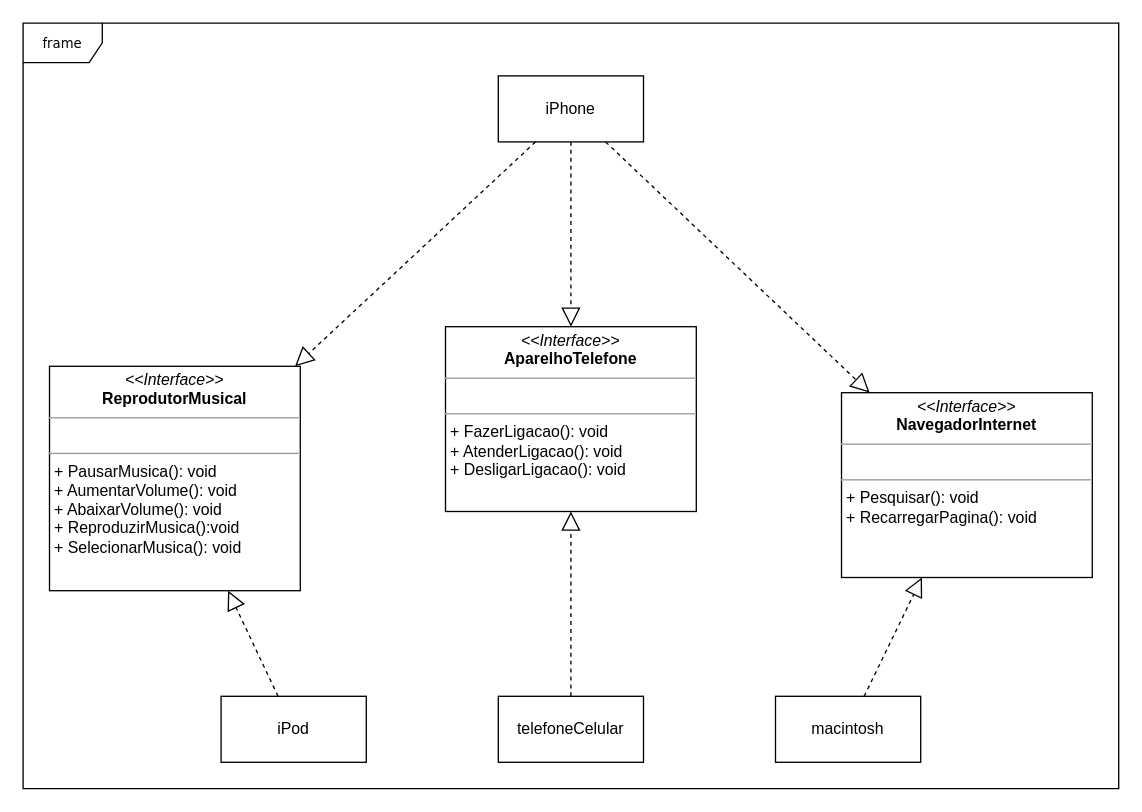
This is Diagrama-IPhone.drawio.xml from di-eug/Desafio-DIO-POO-UML, a draw.io file, before an edit. Source tidied: cells renumbered, new cells numbered last; positions are measured from the earlier drawing's top-left corner, leaving out a move shared by most shapes. Both pictures are drawn from the tidied source at 132%, with x=0, y=0 at pixel (22, 22).
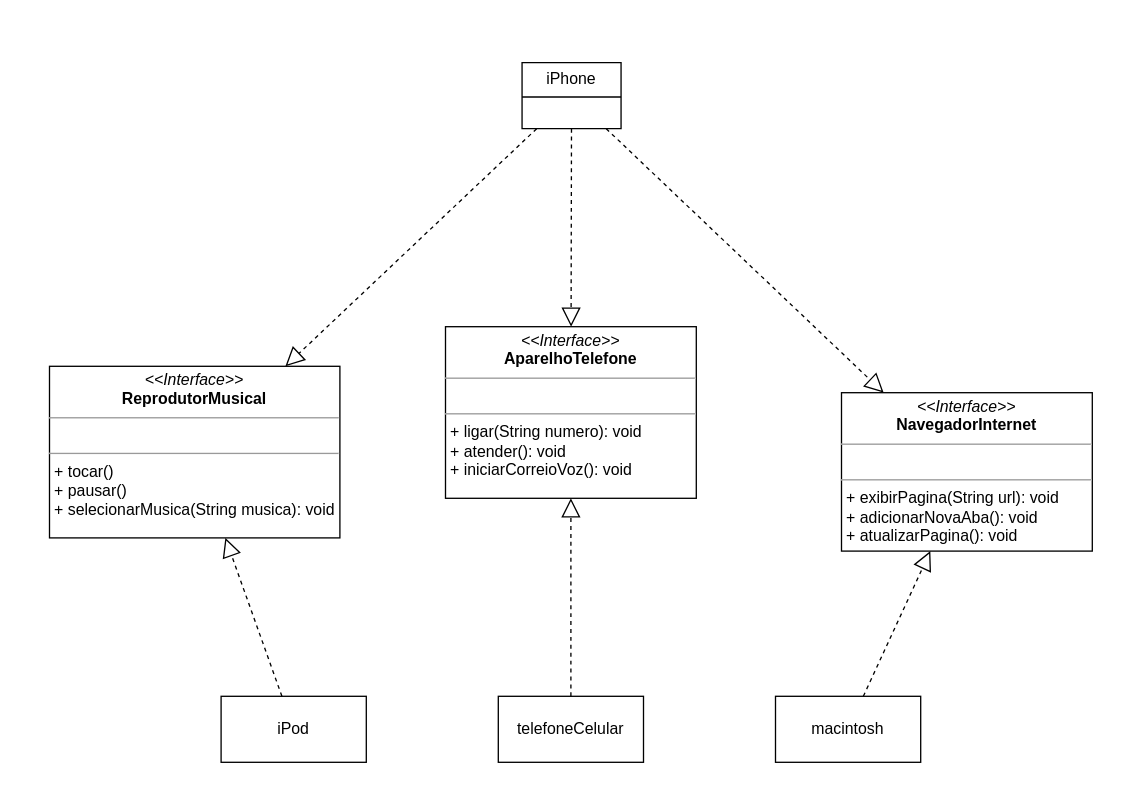
The same page after the edit.

Diff of the diagram source:
```diff
@@
 <mxGraphModel>
   <root>
     <mxCell id="0" />
     <mxCell id="1" parent="0" />
-    <mxCell id="2" value="&lt;p style=&quot;margin:0px;margin-top:4px;text-align:center;&quot;&gt;&lt;i&gt;&amp;lt;&amp;lt;Interface&amp;gt;&amp;gt;&lt;/i&gt;&lt;br&gt;&lt;b&gt;ReprodutorMusical&lt;/b&gt;&lt;/p&gt;&lt;hr size=&quot;1&quot;&gt;&lt;p style=&quot;margin:0px;margin-left:4px;&quot;&gt;&lt;br&gt;&lt;/p&gt;&lt;hr size=&quot;1&quot;&gt;&lt;p style=&quot;margin:0px;margin-left:4px;&quot;&gt;+ PausarMusica(): void&lt;/p&gt;&lt;p style=&quot;margin:0px;margin-left:4px;&quot;&gt;+ AumentarVolume(): void&lt;/p&gt;&lt;p style=&quot;margin:0px;margin-left:4px;&quot;&gt;+ AbaixarVolume(): void&lt;/p&gt;&lt;p style=&quot;margin:0px;margin-left:4px;&quot;&gt;+ ReproduzirMusica():void&lt;/p&gt;&lt;p style=&quot;margin:0px;margin-left:4px;&quot;&gt;+ SelecionarMusica(): void&lt;/p&gt;" style="verticalAlign=top;align=left;overflow=fill;fontSize=12;fontFamily=Helvetica;html=1;rounded=0;shadow=0;comic=0;labelBackgroundColor=none;strokeWidth=1;" parent="1" vertex="1">
-      <mxGeometry x="20" y="260" width="190" height="170" as="geometry" />
+    <mxCell id="2" value="&lt;p style=&quot;margin:0px;margin-top:4px;text-align:center;&quot;&gt;&lt;i&gt;&amp;lt;&amp;lt;Interface&amp;gt;&amp;gt;&lt;/i&gt;&lt;br&gt;&lt;b&gt;ReprodutorMusical&lt;/b&gt;&lt;/p&gt;&lt;hr size=&quot;1&quot;&gt;&lt;p style=&quot;margin:0px;margin-left:4px;&quot;&gt;&lt;br&gt;&lt;/p&gt;&lt;hr size=&quot;1&quot;&gt;&lt;p style=&quot;margin:0px;margin-left:4px;&quot;&gt;+ tocar()&lt;/p&gt;&lt;p style=&quot;margin:0px;margin-left:4px;&quot;&gt;+ pausar()&lt;/p&gt;&lt;p style=&quot;margin:0px;margin-left:4px;&quot;&gt;+ selecionarMusica(String musica): void&lt;/p&gt;" style="verticalAlign=top;align=left;overflow=fill;fontSize=12;fontFamily=Helvetica;html=1;rounded=0;shadow=0;comic=0;labelBackgroundColor=none;strokeWidth=1;" parent="1" vertex="1">
+      <mxGeometry x="20" y="260" width="220" height="130" as="geometry" />
     </mxCell>
-    <mxCell id="3" value="&lt;p style=&quot;margin:0px;margin-top:4px;text-align:center;&quot;&gt;&lt;i&gt;&amp;lt;&amp;lt;Interface&amp;gt;&amp;gt;&lt;/i&gt;&lt;br&gt;&lt;b&gt;AparelhoTelefone&lt;/b&gt;&lt;/p&gt;&lt;hr size=&quot;1&quot;&gt;&lt;p style=&quot;margin:0px;margin-left:4px;&quot;&gt;&lt;br&gt;&lt;/p&gt;&lt;hr size=&quot;1&quot;&gt;&lt;p style=&quot;margin:0px;margin-left:4px;&quot;&gt;+ FazerLigacao(): void&lt;/p&gt;&lt;p style=&quot;margin:0px;margin-left:4px;&quot;&gt;+ AtenderLigacao(): void&lt;/p&gt;&lt;p style=&quot;margin:0px;margin-left:4px;&quot;&gt;+ DesligarLigacao(): void&lt;/p&gt;" style="verticalAlign=top;align=left;overflow=fill;fontSize=12;fontFamily=Helvetica;html=1;rounded=0;shadow=0;comic=0;labelBackgroundColor=none;strokeWidth=1;" parent="1" vertex="1">
-      <mxGeometry x="320" y="230" width="190" height="140" as="geometry" />
+    <mxCell id="3" value="&lt;p style=&quot;margin:0px;margin-top:4px;text-align:center;&quot;&gt;&lt;i&gt;&amp;lt;&amp;lt;Interface&amp;gt;&amp;gt;&lt;/i&gt;&lt;br&gt;&lt;b&gt;AparelhoTelefone&lt;/b&gt;&lt;/p&gt;&lt;hr size=&quot;1&quot;&gt;&lt;p style=&quot;margin:0px;margin-left:4px;&quot;&gt;&lt;br&gt;&lt;/p&gt;&lt;hr size=&quot;1&quot;&gt;&lt;p style=&quot;margin:0px;margin-left:4px;&quot;&gt;+ ligar(String numero): void&lt;/p&gt;&lt;p style=&quot;margin:0px;margin-left:4px;&quot;&gt;+ atender(): void&lt;/p&gt;&lt;p style=&quot;margin:0px;margin-left:4px;&quot;&gt;+ iniciarCorreioVoz(): void&lt;/p&gt;" style="verticalAlign=top;align=left;overflow=fill;fontSize=12;fontFamily=Helvetica;html=1;rounded=0;shadow=0;comic=0;labelBackgroundColor=none;strokeWidth=1;" parent="1" vertex="1">
+      <mxGeometry x="320" y="230" width="190" height="130" as="geometry" />
     </mxCell>
-    <mxCell id="4" value="&lt;p style=&quot;margin:0px;margin-top:4px;text-align:center;&quot;&gt;&lt;i&gt;&amp;lt;&amp;lt;Interface&amp;gt;&amp;gt;&lt;/i&gt;&lt;br&gt;&lt;b&gt;NavegadorInternet&lt;/b&gt;&lt;/p&gt;&lt;hr size=&quot;1&quot;&gt;&lt;p style=&quot;margin:0px;margin-left:4px;&quot;&gt;&lt;br&gt;&lt;/p&gt;&lt;hr size=&quot;1&quot;&gt;&lt;p style=&quot;margin:0px;margin-left:4px;&quot;&gt;+ Pesquisar(): void&lt;br&gt;&lt;/p&gt;&lt;p style=&quot;margin:0px;margin-left:4px;&quot;&gt;+ RecarregarPagina(): void&lt;/p&gt;&lt;p style=&quot;margin:0px;margin-left:4px;&quot;&gt;&lt;br&gt;&lt;/p&gt;&lt;p style=&quot;margin:0px;margin-left:4px;&quot;&gt;&lt;br&gt;&lt;/p&gt;" style="verticalAlign=top;align=left;overflow=fill;fontSize=12;fontFamily=Helvetica;html=1;rounded=0;shadow=0;comic=0;labelBackgroundColor=none;strokeWidth=1;" parent="1" vertex="1">
-      <mxGeometry x="620" y="280" width="190" height="140" as="geometry" />
+    <mxCell id="4" value="&lt;p style=&quot;margin:0px;margin-top:4px;text-align:center;&quot;&gt;&lt;i&gt;&amp;lt;&amp;lt;Interface&amp;gt;&amp;gt;&lt;/i&gt;&lt;br&gt;&lt;b&gt;NavegadorInternet&lt;/b&gt;&lt;/p&gt;&lt;hr size=&quot;1&quot;&gt;&lt;p style=&quot;margin:0px;margin-left:4px;&quot;&gt;&lt;br&gt;&lt;/p&gt;&lt;hr size=&quot;1&quot;&gt;&lt;p style=&quot;margin:0px;margin-left:4px;&quot;&gt;+ exibirPagina(String url): void&lt;/p&gt;&lt;p style=&quot;margin:0px;margin-left:4px;&quot;&gt;+ adicionarNovaAba(): void&lt;/p&gt;&lt;p style=&quot;margin:0px;margin-left:4px;&quot;&gt;+ atualizarPagina(): void&lt;/p&gt;&lt;p style=&quot;margin:0px;margin-left:4px;&quot;&gt;&lt;br&gt;&lt;/p&gt;&lt;p style=&quot;margin:0px;margin-left:4px;&quot;&gt;&lt;br&gt;&lt;/p&gt;" style="verticalAlign=top;align=left;overflow=fill;fontSize=12;fontFamily=Helvetica;html=1;rounded=0;shadow=0;comic=0;labelBackgroundColor=none;strokeWidth=1;" parent="1" vertex="1">
+      <mxGeometry x="620" y="280" width="190" height="120" as="geometry" />
     </mxCell>
     <mxCell id="5" value="iPod" style="html=1;whiteSpace=wrap;" parent="1" vertex="1">
       <mxGeometry x="150" y="510" width="110" height="50" as="geometry" />
     </mxCell>
     <mxCell id="6" value="telefoneCelular" style="html=1;whiteSpace=wrap;" parent="1" vertex="1">
       <mxGeometry x="360" y="510" width="110" height="50" as="geometry" />
     </mxCell>
     <mxCell id="7" value="macintosh" style="html=1;whiteSpace=wrap;" parent="1" vertex="1">
       <mxGeometry x="570" y="510" width="110" height="50" as="geometry" />
     </mxCell>
     <mxCell id="8" style="endArrow=block;dashed=1;endFill=0;endSize=12;html=1;rounded=0;" parent="1" edge="1" source="5" target="2">
       <mxGeometry relative="1" as="geometry" />
     </mxCell>
     <mxCell id="9" style="endArrow=block;dashed=1;endFill=0;endSize=12;html=1;rounded=0;" parent="1" edge="1" source="6" target="3">
       <mxGeometry relative="1" as="geometry" />
     </mxCell>
     <mxCell id="10" style="endArrow=block;dashed=1;endFill=0;endSize=12;html=1;rounded=0;" parent="1" edge="1" source="7" target="4">
       <mxGeometry relative="1" as="geometry" />
     </mxCell>
-    <mxCell id="11" value="iPhone" style="html=1;whiteSpace=wrap;" parent="1" vertex="1">
-      <mxGeometry x="360" y="40" width="110" height="50" as="geometry" />
-    </mxCell>
     <mxCell id="12" style="endArrow=block;dashed=1;endFill=0;endSize=12;html=1;rounded=0;" parent="1" edge="1" source="11" target="2">
       <mxGeometry relative="1" as="geometry" />
     </mxCell>
     <mxCell id="13" style="endArrow=block;dashed=1;endFill=0;endSize=12;html=1;rounded=0;" parent="1" edge="1" source="11" target="3">
       <mxGeometry relative="1" as="geometry" />
     </mxCell>
     <mxCell id="14" style="endArrow=block;dashed=1;endFill=0;endSize=12;html=1;rounded=0;" parent="1" edge="1" source="11" target="4">
       <mxGeometry relative="1" as="geometry" />
     </mxCell>
-    <mxCell id="15" value="frame" style="shape=umlFrame;whiteSpace=wrap;html=1;rounded=0;shadow=0;comic=0;labelBackgroundColor=none;strokeWidth=1;fontFamily=Verdana;fontSize=10;align=center;" parent="1" vertex="1">
-      <mxGeometry width="830" height="580" as="geometry" />
-    </mxCell>
+    <mxCell id="11" value="iPhone" style="swimlane;fontStyle=0;horizontal=1;startSize=26;fillColor=none;whiteSpace=wrap;html=1;" parent="1" vertex="1">
+      <mxGeometry x="378" y="30" width="75" height="50" as="geometry" />
+    </mxCell>
   </root>
 </mxGraphModel>
```
